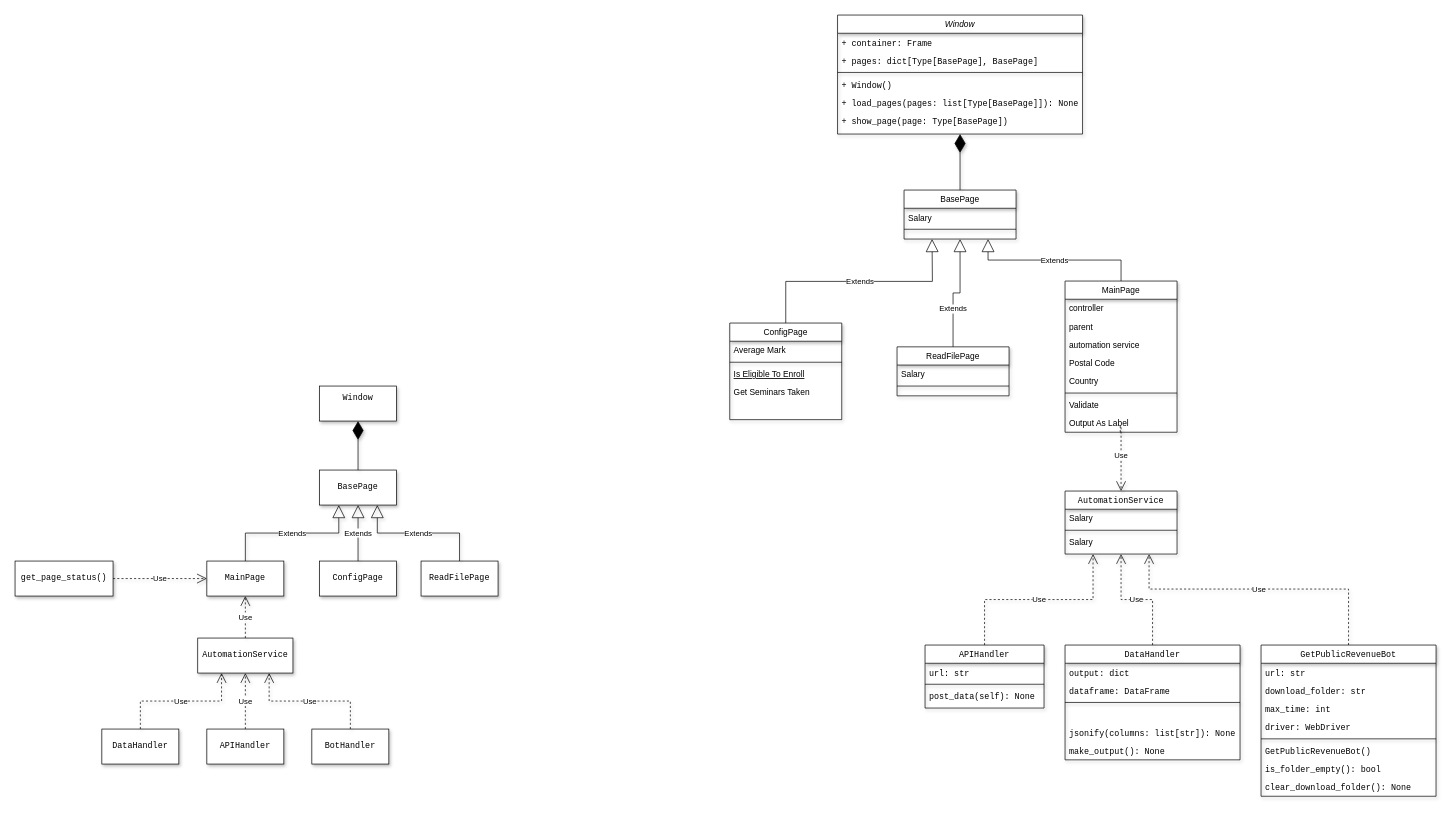
The draw.io diagram ReceitasGov.drawio in DeividSouSan/ReceitasGov, before the edit. Source tidied: cells renumbered, new cells numbered last; positions are measured from the earlier drawing's top-left corner, leaving out a move shared by most shapes. Both pictures are drawn from the tidied source at 70%, with x=0, y=0 at pixel (15, 15).
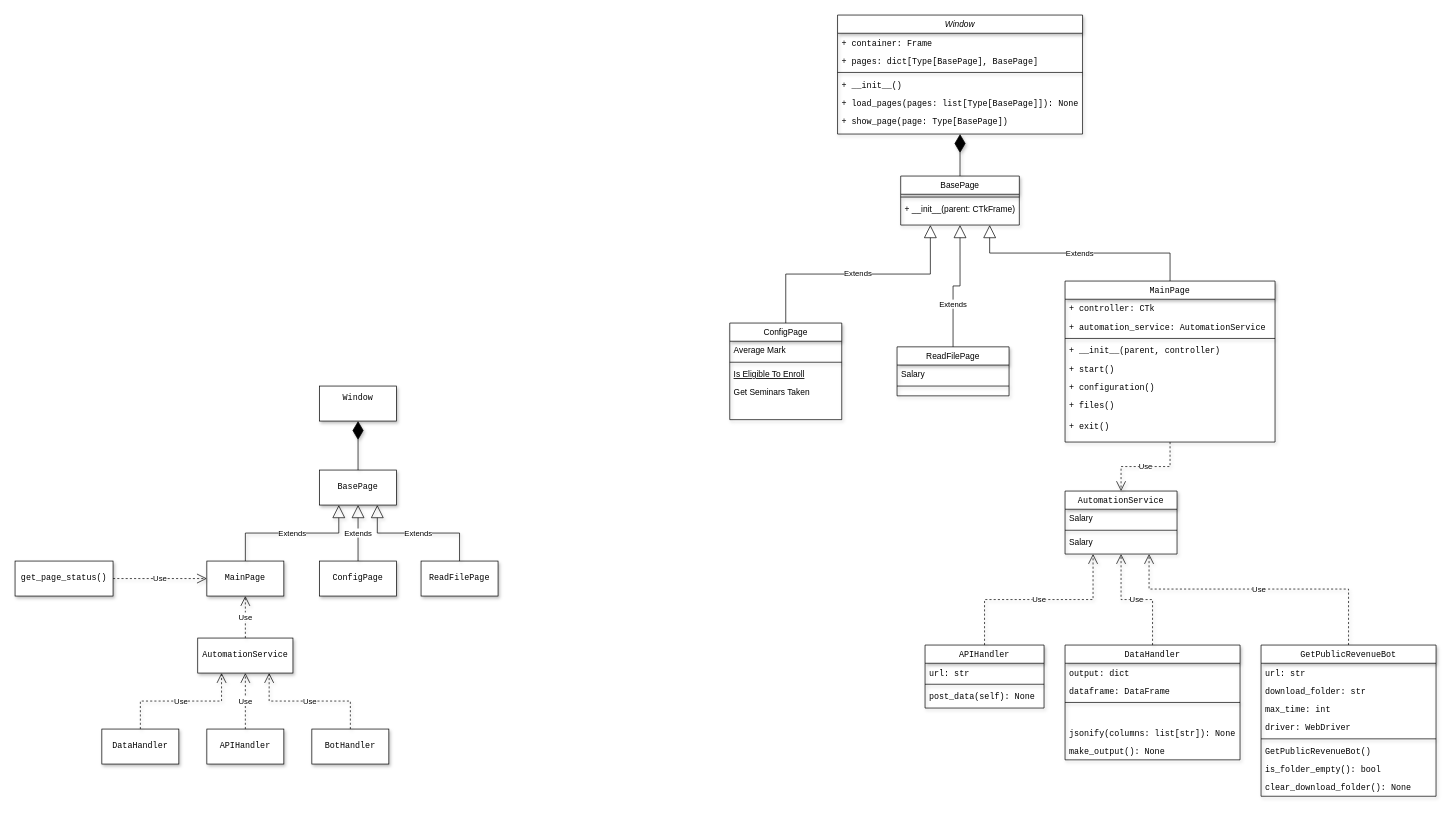
The same page after the edit.

Unchanged cells that the change refers to:
```xml
<mxCell id="2" value="Window" style="swimlane;fontStyle=2;align=center;verticalAlign=top;horizontal=1;startSize=26;rounded=0;shadow=1;strokeWidth=1;" parent="1" vertex="1">
  <mxGeometry x="1175" width="350" height="170" as="geometry" />
</mxCell>
<mxCell id="9" value="ConfigPage" style="swimlane;fontStyle=0;align=center;verticalAlign=top;horizontal=1;startSize=26;rounded=0;shadow=1;strokeWidth=1;" parent="1" vertex="1">
  <mxGeometry x="1021" y="440" width="160" height="138" as="geometry" />
</mxCell>
<mxCell id="26" value="AutomationService" style="swimlane;fontStyle=0;align=center;verticalAlign=top;horizontal=1;startSize=26;rounded=0;shadow=1;strokeWidth=1;fontFamily=Courier New;" parent="1" vertex="1">
  <mxGeometry x="1500" y="680" width="160" height="90" as="geometry" />
</mxCell>
```

Diff of the diagram source:
```diff
@@
-    <mxCell id="6" value="+ Window()" style="text;align=left;verticalAlign=top;spacingLeft=4;spacingRight=4;overflow=hidden;fontFamily=Courier New;shadow=1;" parent="2" vertex="1">
+    <mxCell id="6" value="+ __init__()" style="text;align=left;verticalAlign=top;spacingLeft=4;spacingRight=4;overflow=hidden;fontFamily=Courier New;shadow=1;" parent="2" vertex="1">
       <mxGeometry y="86" width="350" height="26" as="geometry" />
     </mxCell>
@@
-    <mxCell id="17" value="MainPage" style="swimlane;fontStyle=0;align=center;verticalAlign=top;horizontal=1;startSize=26;rounded=0;shadow=1;strokeWidth=1;" parent="1" vertex="1">
-      <mxGeometry x="1500" y="380" width="160" height="216" as="geometry" />
+    <mxCell id="17" value="MainPage" style="swimlane;fontStyle=0;align=center;verticalAlign=top;horizontal=1;startSize=26;rounded=0;shadow=1;strokeWidth=1;fontFamily=Courier New;" parent="1" vertex="1">
+      <mxGeometry x="1500" y="380" width="300" height="230" as="geometry" />
     </mxCell>
-    <mxCell id="18" value="controller" style="text;align=left;verticalAlign=top;spacingLeft=4;spacingRight=4;overflow=hidden;shadow=1;" parent="17" vertex="1">
-      <mxGeometry y="26" width="160" height="26" as="geometry" />
+    <mxCell id="18" value="+ controller: CTk" style="text;align=left;verticalAlign=top;spacingLeft=4;spacingRight=4;overflow=hidden;shadow=1;fontFamily=Courier New;" parent="17" vertex="1">
+      <mxGeometry y="26" width="300" height="26" as="geometry" />
     </mxCell>
-    <mxCell id="19" value="parent" style="text;align=left;verticalAlign=top;spacingLeft=4;spacingRight=4;overflow=hidden;rounded=0;shadow=1;html=0;" parent="17" vertex="1">
-      <mxGeometry y="52" width="160" height="26" as="geometry" />
-    </mxCell>
-    <mxCell id="20" value="automation service" style="text;align=left;verticalAlign=top;spacingLeft=4;spacingRight=4;overflow=hidden;rounded=0;shadow=1;html=0;" parent="17" vertex="1">
-      <mxGeometry y="78" width="160" height="26" as="geometry" />
+    <mxCell id="20" value="+ automation_service: AutomationService" style="text;align=left;verticalAlign=top;spacingLeft=4;spacingRight=4;overflow=hidden;rounded=0;shadow=1;html=0;fontFamily=Courier New;" parent="17" vertex="1">
+      <mxGeometry y="52" width="300" height="26" as="geometry" />
     </mxCell>
-    <mxCell id="21" value="Postal Code" style="text;align=left;verticalAlign=top;spacingLeft=4;spacingRight=4;overflow=hidden;rounded=0;shadow=1;html=0;" parent="17" vertex="1">
-      <mxGeometry y="104" width="160" height="26" as="geometry" />
-    </mxCell>
-    <mxCell id="22" value="Country" style="text;align=left;verticalAlign=top;spacingLeft=4;spacingRight=4;overflow=hidden;rounded=0;shadow=1;html=0;" parent="17" vertex="1">
-      <mxGeometry y="130" width="160" height="26" as="geometry" />
-    </mxCell>
     <mxCell id="23" style="line;html=1;strokeWidth=1;align=left;verticalAlign=middle;spacingTop=-1;spacingLeft=3;spacingRight=3;labelPosition=right;shadow=1;" parent="17" vertex="1">
-      <mxGeometry y="156" width="160" height="8" as="geometry" />
+      <mxGeometry y="78" width="300" height="8" as="geometry" />
     </mxCell>
-    <mxCell id="24" value="Validate" style="text;align=left;verticalAlign=top;spacingLeft=4;spacingRight=4;overflow=hidden;shadow=1;" parent="17" vertex="1">
-      <mxGeometry y="164" width="160" height="26" as="geometry" />
+    <mxCell id="24" value="+ __init__(parent, controller)" style="text;align=left;verticalAlign=top;spacingLeft=4;spacingRight=4;overflow=hidden;shadow=1;fontFamily=Courier New;" parent="17" vertex="1">
+      <mxGeometry y="86" width="300" height="26" as="geometry" />
     </mxCell>
-    <mxCell id="25" value="Output As Label" style="text;align=left;verticalAlign=top;spacingLeft=4;spacingRight=4;overflow=hidden;points=[[0,0.5],[1,0.5]];portConstraint=eastwest;shadow=1;" parent="17" vertex="1">
-      <mxGeometry y="190" width="160" height="26" as="geometry" />
+    <mxCell id="25" value="+ start()" style="text;align=left;verticalAlign=top;spacingLeft=4;spacingRight=4;overflow=hidden;points=[[0,0.5],[1,0.5]];portConstraint=eastwest;shadow=1;fontFamily=Courier New;" parent="17" vertex="1">
+      <mxGeometry y="112" width="300" height="26" as="geometry" />
     </mxCell>
+    <mxCell id="80" value="+ configuration()" style="text;align=left;verticalAlign=top;spacingLeft=4;spacingRight=4;overflow=hidden;shadow=1;fontFamily=Courier New;" parent="17" vertex="1">
+      <mxGeometry y="138" width="300" height="26" as="geometry" />
+    </mxCell>
+    <mxCell id="81" value="+ files()" style="text;align=left;verticalAlign=top;spacingLeft=4;spacingRight=4;overflow=hidden;shadow=1;fontFamily=Courier New;" parent="17" vertex="1">
+      <mxGeometry y="164" width="300" height="30" as="geometry" />
+    </mxCell>
+    <mxCell id="82" value="+ exit()" style="text;align=left;verticalAlign=top;spacingLeft=4;spacingRight=4;overflow=hidden;shadow=1;fontFamily=Courier New;" parent="17" vertex="1">
+      <mxGeometry y="194" width="300" height="26" as="geometry" />
+    </mxCell>
@@
-    <mxCell id="72" value="Use" style="endArrow=open;endSize=12;dashed=1;html=1;rounded=0;entryX=0.5;entryY=0;entryDx=0;entryDy=0;edgeStyle=orthogonalEdgeStyle;exitX=0.493;exitY=1;exitDx=0;exitDy=0;exitPerimeter=0;shadow=1;" parent="1" edge="1" source="25" target="26">
-      <mxGeometry relative="1" as="geometry">
-        <Array as="points">
-          <mxPoint x="1580" y="587" />
-        </Array>
-      </mxGeometry>
-    </mxCell>
     <mxCell id="73" value="BasePage" style="swimlane;fontStyle=0;align=center;verticalAlign=top;horizontal=1;startSize=26;rounded=0;shadow=1;strokeWidth=1;" parent="1" vertex="1">
-      <mxGeometry x="1270" y="250" width="160" height="70" as="geometry" />
+      <mxGeometry x="1265.2" y="230" width="169.5" height="70" as="geometry" />
     </mxCell>
+    <mxCell id="75" style="line;html=1;strokeWidth=1;align=left;verticalAlign=middle;spacingTop=-1;spacingLeft=3;spacingRight=3;labelPosition=right;shadow=1;" parent="73" vertex="1">
+      <mxGeometry y="26" width="169.5" height="8" as="geometry" />
+    </mxCell>
-    <mxCell id="74" value="Salary" style="text;align=left;verticalAlign=top;spacingLeft=4;spacingRight=4;overflow=hidden;shadow=1;" parent="73" vertex="1">
-      <mxGeometry y="26" width="160" height="26" as="geometry" />
+    <mxCell id="74" value="+ __init__(parent: CTkFrame)" style="text;align=left;verticalAlign=top;spacingLeft=4;spacingRight=4;overflow=hidden;shadow=1;" parent="73" vertex="1">
+      <mxGeometry y="34" width="169.5" height="26" as="geometry" />
     </mxCell>
-    <mxCell id="75" style="line;html=1;strokeWidth=1;align=left;verticalAlign=middle;spacingTop=-1;spacingLeft=3;spacingRight=3;labelPosition=right;shadow=1;" parent="73" vertex="1">
-      <mxGeometry y="52" width="160" height="8" as="geometry" />
-    </mxCell>
-    <mxCell id="76" value="Extends" style="endArrow=block;endSize=16;endFill=0;html=1;rounded=0;exitX=0.5;exitY=0;exitDx=0;exitDy=0;edgeStyle=orthogonalEdgeStyle;" parent="1" edge="1" source="9">
-      <mxGeometry relative="1" as="geometry">
-        <mxPoint x="1310" y="320" as="targetPoint" />
-      </mxGeometry>
+    <mxCell id="76" value="Extends" style="endArrow=block;endSize=16;endFill=0;html=1;rounded=0;exitX=0.5;exitY=0;exitDx=0;exitDy=0;edgeStyle=orthogonalEdgeStyle;entryX=0.25;entryY=1;entryDx=0;entryDy=0;" parent="1" edge="1" source="9" target="73">
+      <mxGeometry relative="1" as="geometry" />
     </mxCell>
@@
+    <mxCell id="72" value="Use" style="endArrow=open;endSize=12;dashed=1;html=1;rounded=0;exitX=0.5;exitY=1;exitDx=0;exitDy=0;entryX=0.5;entryY=0;entryDx=0;entryDy=0;edgeStyle=orthogonalEdgeStyle;shadow=1;" parent="1" edge="1" source="17" target="26">
+      <mxGeometry relative="1" as="geometry" />
+    </mxCell>
```
